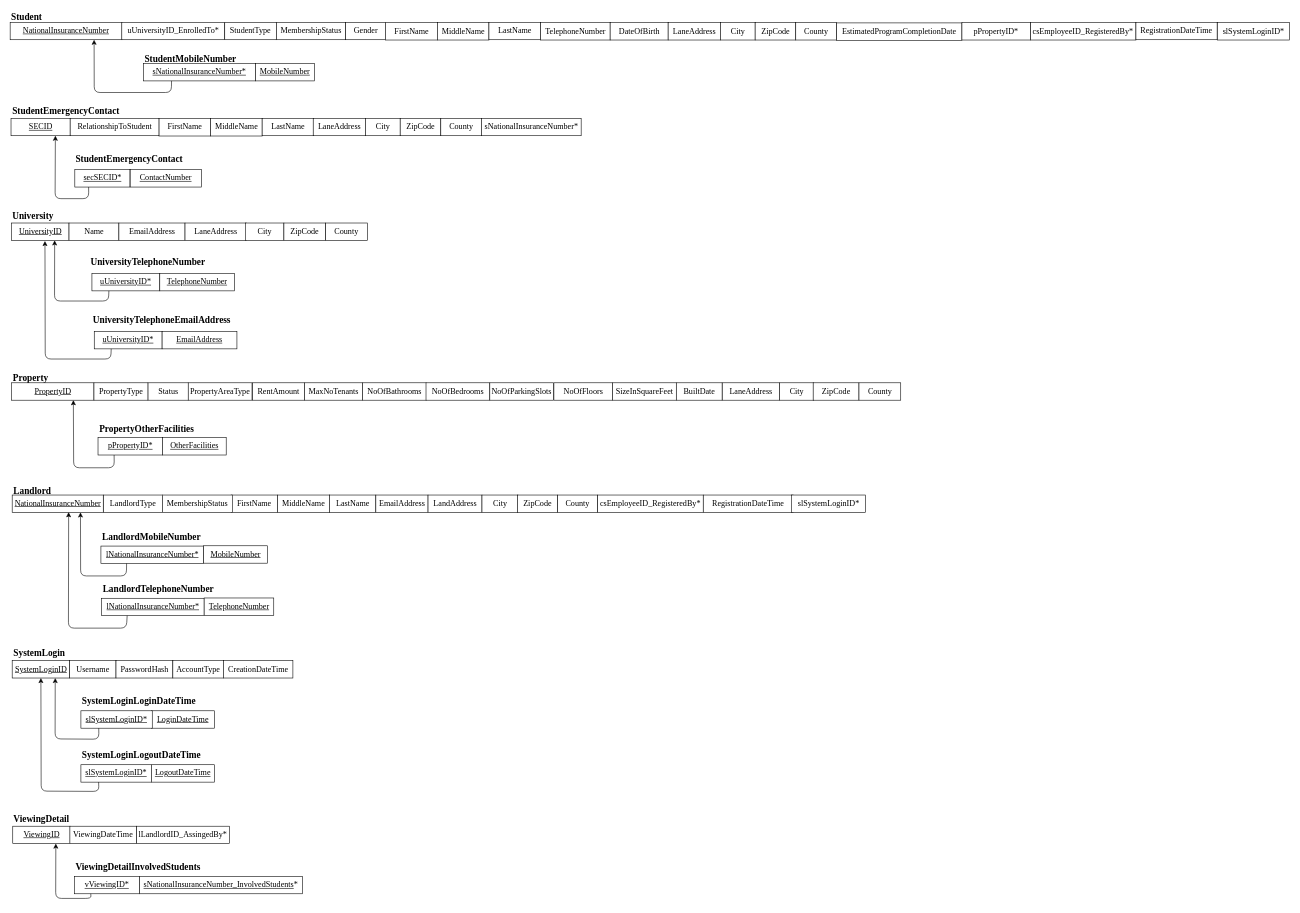
The draw.io diagram DOCUMENTATION/4.Data Normalization/1NF/1NF_V5.drawio in LRANUL/UOP_SE_Y2S1-ISAD253SL_DATABASES, before the edit. Source tidied: cells renumbered, new cells numbered last; positions are measured from the earlier drawing's top-left corner, leaving out a move shared by most shapes. Both pictures are drawn from the tidied source at 58%, with x=0, y=0 at pixel (10, 10).
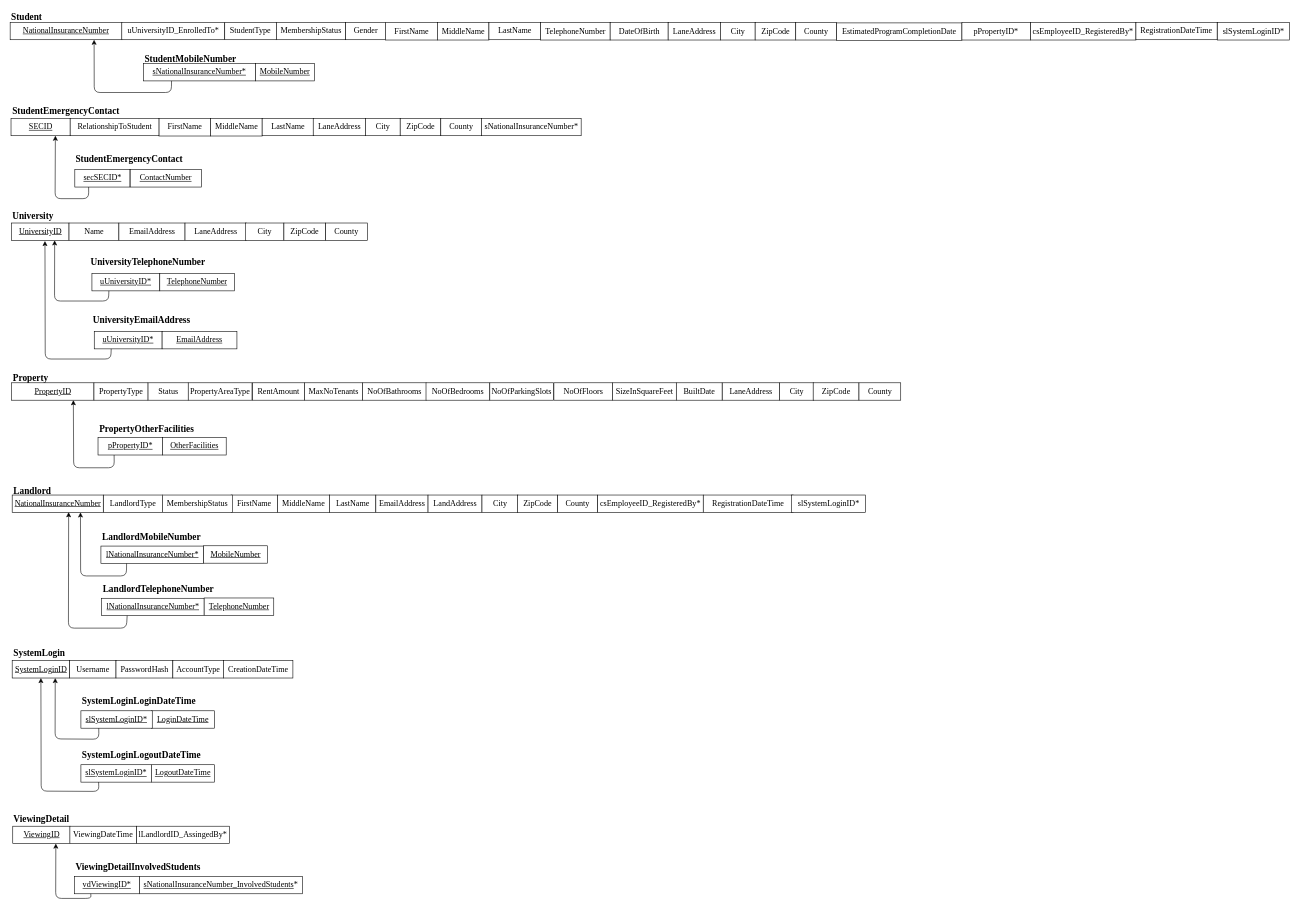
Above is the later version.

Change to the diagram source:
```diff
@@
-    <mxCell id="36" value="&lt;font style=&quot;font-size: 16px&quot; face=&quot;Times New Roman&quot;&gt;UniversityTelephoneEmailAddress&lt;/font&gt;" style="text;html=1;align=left;verticalAlign=top;spacingTop=-4;fontSize=16;fontStyle=1;" parent="1" vertex="1">
-      <mxGeometry x="141" y="521.5" width="240" height="20" as="geometry" />
+    <mxCell id="36" value="&lt;font style=&quot;font-size: 16px&quot; face=&quot;Times New Roman&quot;&gt;UniversityEmailAddress&lt;/font&gt;" style="text;html=1;align=left;verticalAlign=top;spacingTop=-4;fontSize=16;fontStyle=1;" parent="1" vertex="1">
+      <mxGeometry x="141" y="521.5" width="170" height="20" as="geometry" />
     </mxCell>
@@
-    <mxCell id="105" value="&lt;u&gt;vViewingID*&lt;/u&gt;" style="rounded=0;whiteSpace=wrap;html=1;fontSize=14;fontFamily=Times New Roman;" parent="1" vertex="1">
+    <mxCell id="105" value="&lt;u&gt;vdViewingID*&lt;/u&gt;" style="rounded=0;whiteSpace=wrap;html=1;fontSize=14;fontFamily=Times New Roman;" parent="1" vertex="1">
       <mxGeometry x="111" y="1493.5" width="112" height="30" as="geometry" />
     </mxCell>
```
